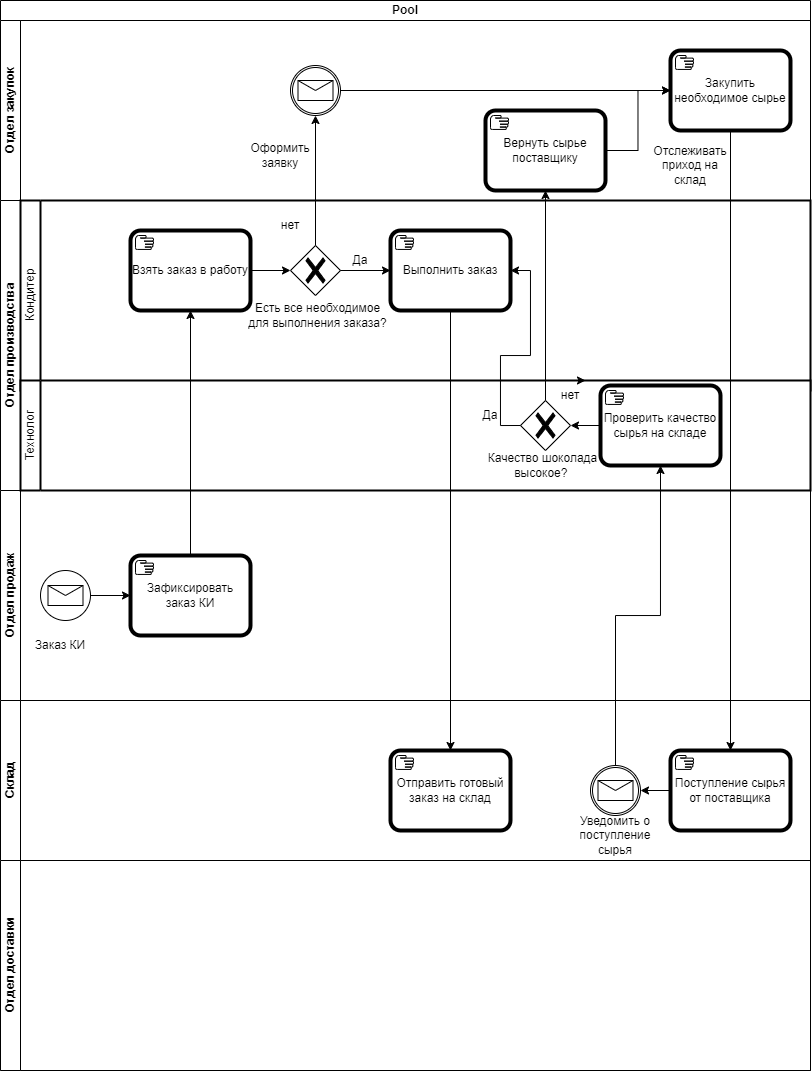
The draw.io diagram BPMN.drawio.png in SofiyaBrodnikova/-educational, before a commit. Source tidied: cells renumbered, new cells last; positions are measured from the earlier drawing's top-left corner, leaving out a move shared by most shapes.
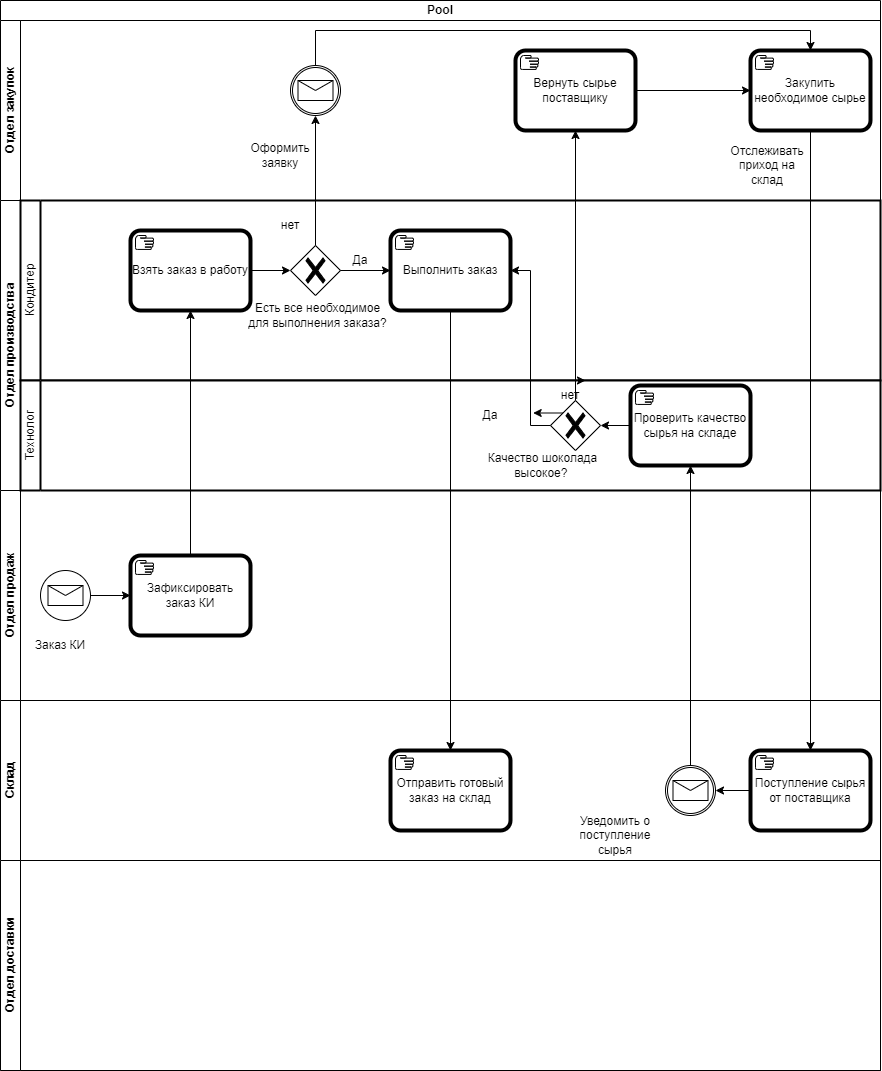
Later version of the same file.

Diff of the diagram source:
```diff
@@ -3,13 +3,13 @@
     <mxCell id="0" />
     <mxCell id="1" parent="0" />
     <mxCell id="2" value="Pool" style="swimlane;html=1;horizontal=1;startSize=20;whiteSpace=wrap;" parent="1" vertex="1">
-      <mxGeometry width="810" height="1070" as="geometry" />
+      <mxGeometry width="880" height="1070" as="geometry" />
     </mxCell>
     <mxCell id="3" value="Отдел закупок" style="swimlane;html=1;startSize=20;horizontal=0;" parent="2" vertex="1">
-      <mxGeometry y="20" width="810" height="180" as="geometry" />
+      <mxGeometry y="20" width="880" height="180" as="geometry" />
     </mxCell>
     <mxCell id="4" value="Закупить необходимое сырье" style="points=[[0.25,0,0],[0.5,0,0],[0.75,0,0],[1,0.25,0],[1,0.5,0],[1,0.75,0],[0.75,1,0],[0.5,1,0],[0.25,1,0],[0,0.75,0],[0,0.5,0],[0,0.25,0]];shape=mxgraph.bpmn.task2;whiteSpace=wrap;rectStyle=rounded;size=10;html=1;bpmnShapeType=call;taskMarker=manual;" parent="3" vertex="1">
-      <mxGeometry x="670" y="30" width="120" height="80" as="geometry" />
+      <mxGeometry x="750" y="30" width="120" height="80" as="geometry" />
     </mxCell>
     <mxCell id="5" style="points=[[0.145,0.145,0],[0.5,0,0],[0.855,0.145,0],[1,0.5,0],[0.855,0.855,0],[0.5,1,0],[0.145,0.855,0],[0,0.5,0]];shape=mxgraph.bpmn.event;html=1;verticalLabelPosition=bottom;labelBackgroundColor=#ffffff;verticalAlign=top;align=center;perimeter=ellipsePerimeter;outlineConnect=0;outline=catching;symbol=message;" parent="3" vertex="1">
       <mxGeometry x="290" y="45" width="50" height="50" as="geometry" />
@@ -18,22 +18,22 @@
       <mxGeometry x="250" y="120" width="60" height="30" as="geometry" />
     </mxCell>
     <mxCell id="7" value="Отслеживать приход на склад" style="text;strokeColor=none;align=center;fillColor=none;html=1;verticalAlign=middle;whiteSpace=wrap;rounded=0;" parent="3" vertex="1">
-      <mxGeometry x="660" y="130" width="60" height="30" as="geometry" />
+      <mxGeometry x="737" y="130" width="60" height="30" as="geometry" />
     </mxCell>
-    <mxCell id="8" style="edgeStyle=orthogonalEdgeStyle;rounded=0;jettySize=auto;html=1;exitX=1;exitY=0.5;exitDx=0;exitDy=0;exitPerimeter=0;entryX=0;entryY=0.5;entryDx=0;entryDy=0;entryPerimeter=0;" parent="3" edge="1" source="5" target="4">
-      <mxGeometry relative="1" as="geometry" />
-    </mxCell>
     <mxCell id="9" value="Вернуть сырье поставщику" style="points=[[0.25,0,0],[0.5,0,0],[0.75,0,0],[1,0.25,0],[1,0.5,0],[1,0.75,0],[0.75,1,0],[0.5,1,0],[0.25,1,0],[0,0.75,0],[0,0.5,0],[0,0.25,0]];shape=mxgraph.bpmn.task2;whiteSpace=wrap;rectStyle=rounded;size=10;html=1;bpmnShapeType=call;taskMarker=manual;" parent="3" vertex="1">
-      <mxGeometry x="485" y="90" width="120" height="80" as="geometry" />
+      <mxGeometry x="515" y="30" width="120" height="80" as="geometry" />
     </mxCell>
     <mxCell id="10" style="edgeStyle=orthogonalEdgeStyle;rounded=0;jettySize=auto;html=1;exitX=1;exitY=0.5;exitDx=0;exitDy=0;exitPerimeter=0;entryX=0;entryY=0.5;entryDx=0;entryDy=0;entryPerimeter=0;" parent="3" edge="1" source="9" target="4">
       <mxGeometry relative="1" as="geometry" />
     </mxCell>
+    <mxCell id="8" style="edgeStyle=orthogonalEdgeStyle;rounded=0;jettySize=auto;html=1;exitX=0.5;exitY=0;exitDx=0;exitDy=0;exitPerimeter=0;entryX=0.5;entryY=0;entryDx=0;entryDy=0;entryPerimeter=0;" parent="3" edge="1" source="5" target="4">
+      <mxGeometry relative="1" as="geometry" />
+    </mxCell>
     <mxCell id="11" value="Отдел производства" style="swimlane;html=1;startSize=20;horizontal=0;" parent="2" vertex="1">
-      <mxGeometry y="200" width="810" height="290" as="geometry" />
+      <mxGeometry y="200" width="880" height="290" as="geometry" />
     </mxCell>
     <mxCell id="12" value="Кондитер" style="swimlane;html=1;startSize=20;fontStyle=0;horizontal=0;swimlaneLine=1;swimlaneFillColor=#ffffff;strokeWidth=2;whiteSpace=wrap;" parent="11" vertex="1">
-      <mxGeometry x="20" width="790" height="190" as="geometry" />
+      <mxGeometry x="20" width="860" height="180" as="geometry" />
     </mxCell>
     <mxCell id="13" value="Взять заказ в работу" style="points=[[0.25,0,0],[0.5,0,0],[0.75,0,0],[1,0.25,0],[1,0.5,0],[1,0.75,0],[0.75,1,0],[0.5,1,0],[0.25,1,0],[0,0.75,0],[0,0.5,0],[0,0.25,0]];shape=mxgraph.bpmn.task2;whiteSpace=wrap;rectStyle=rounded;size=10;html=1;bpmnShapeType=call;taskMarker=manual;" parent="12" vertex="1">
       <mxGeometry x="110" y="30" width="120" height="80" as="geometry" />
@@ -60,7 +60,7 @@
       <mxGeometry x="330" y="45" width="60" height="30" as="geometry" />
     </mxCell>
     <mxCell id="21" value="Отдел продаж" style="swimlane;html=1;startSize=20;horizontal=0;" parent="2" vertex="1">
-      <mxGeometry y="490" width="810" height="210" as="geometry" />
+      <mxGeometry y="490" width="880" height="210" as="geometry" />
     </mxCell>
     <mxCell id="22" value="Зафиксировать заказ КИ" style="points=[[0.25,0,0],[0.5,0,0],[0.75,0,0],[1,0.25,0],[1,0.5,0],[1,0.75,0],[0.75,1,0],[0.5,1,0],[0.25,1,0],[0,0.75,0],[0,0.5,0],[0,0.25,0]];shape=mxgraph.bpmn.task2;whiteSpace=wrap;rectStyle=rounded;size=10;html=1;bpmnShapeType=call;taskMarker=manual;" parent="21" vertex="1">
       <mxGeometry x="130" y="65" width="120" height="80" as="geometry" />
@@ -75,13 +75,13 @@
       <mxGeometry x="30" y="140" width="60" height="30" as="geometry" />
     </mxCell>
     <mxCell id="26" value="Технолог" style="swimlane;html=1;startSize=20;fontStyle=0;horizontal=0;swimlaneLine=1;swimlaneFillColor=#ffffff;strokeWidth=2;whiteSpace=wrap;" parent="21" vertex="1">
-      <mxGeometry x="20" y="-110" width="790" height="110" as="geometry" />
+      <mxGeometry x="20" y="-110" width="860" height="110" as="geometry" />
     </mxCell>
     <mxCell id="27" style="edgeStyle=orthogonalEdgeStyle;rounded=0;jettySize=auto;html=1;exitX=0;exitY=0.5;exitDx=0;exitDy=0;exitPerimeter=0;entryX=1;entryY=0.5;entryDx=0;entryDy=0;entryPerimeter=0;" parent="26" edge="1" source="28" target="30">
       <mxGeometry relative="1" as="geometry" />
     </mxCell>
     <mxCell id="28" value="Проверить качество сырья на складе" style="points=[[0.25,0,0],[0.5,0,0],[0.75,0,0],[1,0.25,0],[1,0.5,0],[1,0.75,0],[0.75,1,0],[0.5,1,0],[0.25,1,0],[0,0.75,0],[0,0.5,0],[0,0.25,0]];shape=mxgraph.bpmn.task2;whiteSpace=wrap;rectStyle=rounded;size=10;html=1;bpmnShapeType=call;taskMarker=manual;" parent="26" vertex="1">
-      <mxGeometry x="580" y="5" width="120" height="80" as="geometry" />
+      <mxGeometry x="610" y="5" width="120" height="80" as="geometry" />
     </mxCell>
     <mxCell id="29" style="edgeStyle=orthogonalEdgeStyle;rounded=0;jettySize=auto;html=1;exitX=0.25;exitY=0.25;exitDx=0;exitDy=0;exitPerimeter=0;" parent="26" edge="1" source="30">
       <mxGeometry relative="1" as="geometry">
@@ -89,7 +89,7 @@
       </mxGeometry>
     </mxCell>
     <mxCell id="30" style="points=[[0.25,0.25,0],[0.5,0,0],[0.75,0.25,0],[1,0.5,0],[0.75,0.75,0],[0.5,1,0],[0.25,0.75,0],[0,0.5,0]];shape=mxgraph.bpmn.gateway2;html=1;verticalLabelPosition=bottom;labelBackgroundColor=#ffffff;verticalAlign=top;align=center;perimeter=rhombusPerimeter;outlineConnect=0;outline=none;symbol=none;gwType=exclusive;" parent="26" vertex="1">
-      <mxGeometry x="500" y="20" width="50" height="50" as="geometry" />
+      <mxGeometry x="530" y="20" width="50" height="50" as="geometry" />
     </mxCell>
     <mxCell id="31" value="Качество шоколада высокое?&amp;nbsp;" style="text;strokeColor=none;align=center;fillColor=none;html=1;verticalAlign=middle;whiteSpace=wrap;rounded=0;" parent="26" vertex="1">
       <mxGeometry x="450" y="60" width="145" height="50" as="geometry" />
@@ -104,13 +104,13 @@
       <mxGeometry relative="1" as="geometry" />
     </mxCell>
     <mxCell id="35" value="Склад" style="swimlane;html=1;startSize=20;horizontal=0;" parent="2" vertex="1">
-      <mxGeometry y="700" width="810" height="160" as="geometry" />
+      <mxGeometry y="700" width="880" height="160" as="geometry" />
     </mxCell>
     <mxCell id="36" value="Поступление сырья от поставщика" style="points=[[0.25,0,0],[0.5,0,0],[0.75,0,0],[1,0.25,0],[1,0.5,0],[1,0.75,0],[0.75,1,0],[0.5,1,0],[0.25,1,0],[0,0.75,0],[0,0.5,0],[0,0.25,0]];shape=mxgraph.bpmn.task2;whiteSpace=wrap;rectStyle=rounded;size=10;html=1;bpmnShapeType=call;taskMarker=manual;" parent="35" vertex="1">
-      <mxGeometry x="670" y="50" width="120" height="80" as="geometry" />
+      <mxGeometry x="750" y="50" width="120" height="80" as="geometry" />
     </mxCell>
     <mxCell id="37" style="points=[[0.145,0.145,0],[0.5,0,0],[0.855,0.145,0],[1,0.5,0],[0.855,0.855,0],[0.5,1,0],[0.145,0.855,0],[0,0.5,0]];shape=mxgraph.bpmn.event;html=1;verticalLabelPosition=bottom;labelBackgroundColor=#ffffff;verticalAlign=top;align=center;perimeter=ellipsePerimeter;outlineConnect=0;outline=catching;symbol=message;" parent="35" vertex="1">
-      <mxGeometry x="590" y="65" width="50" height="50" as="geometry" />
+      <mxGeometry x="665" y="65" width="50" height="50" as="geometry" />
     </mxCell>
     <mxCell id="38" style="edgeStyle=orthogonalEdgeStyle;rounded=0;jettySize=auto;html=1;exitX=0;exitY=0.5;exitDx=0;exitDy=0;exitPerimeter=0;entryX=1;entryY=0.5;entryDx=0;entryDy=0;entryPerimeter=0;" parent="35" edge="1" source="36" target="37">
       <mxGeometry relative="1" as="geometry" />
@@ -122,7 +122,7 @@
       <mxGeometry x="390" y="50" width="120" height="80" as="geometry" />
     </mxCell>
     <mxCell id="41" value="Отдел доставки" style="swimlane;html=1;startSize=20;horizontal=0;" parent="2" vertex="1">
-      <mxGeometry y="860" width="810" height="210" as="geometry" />
+      <mxGeometry y="860" width="880" height="210" as="geometry" />
     </mxCell>
     <mxCell id="42" style="edgeStyle=orthogonalEdgeStyle;rounded=0;jettySize=auto;html=1;exitX=0.5;exitY=0;exitDx=0;exitDy=0;exitPerimeter=0;entryX=0.5;entryY=1;entryDx=0;entryDy=0;entryPerimeter=0;" parent="2" edge="1" source="22" target="13">
       <mxGeometry relative="1" as="geometry" />
```
